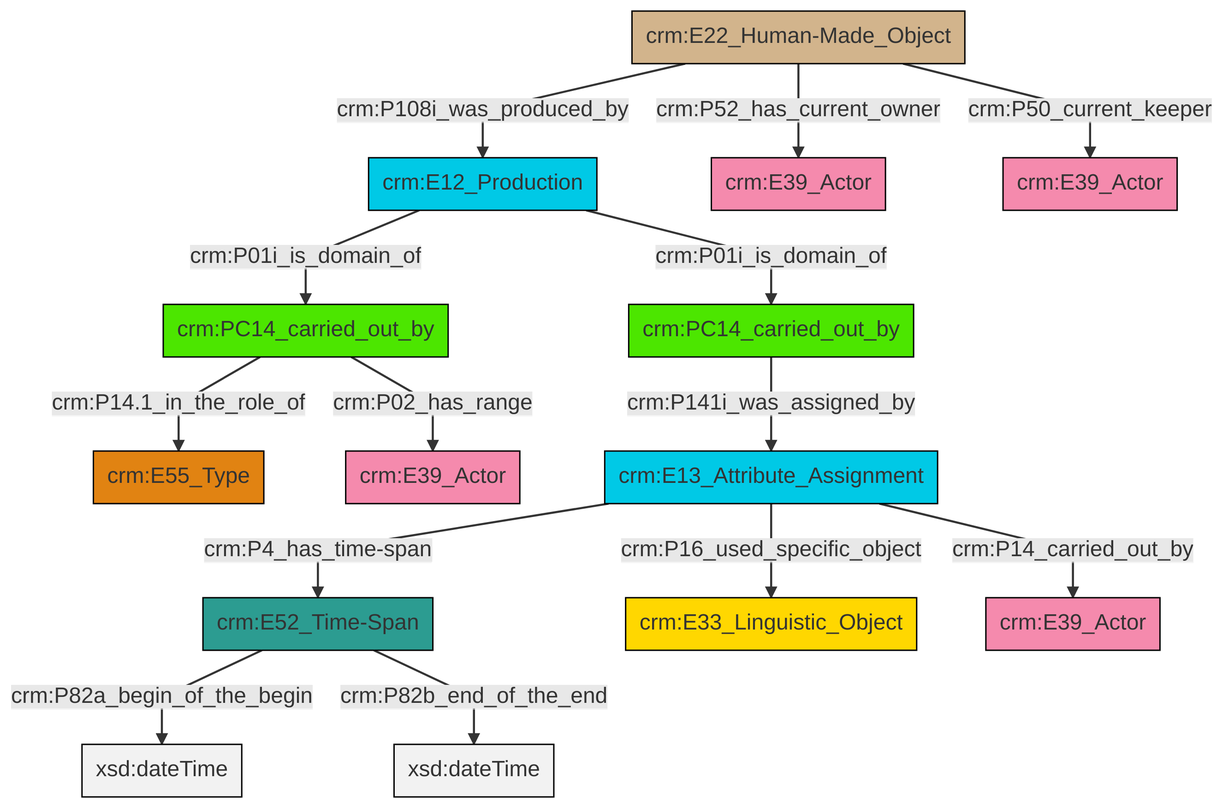
Before: et/carrierCSV/ttl/mmd/png/carrier_relations.png, a diagram exported from Mermaid (swiss-art-research-net/docs.swissartresearch). Its source is kept beside it as et/carrierCSV/ttl/mmd/carrier_relations.ttl.mmd.
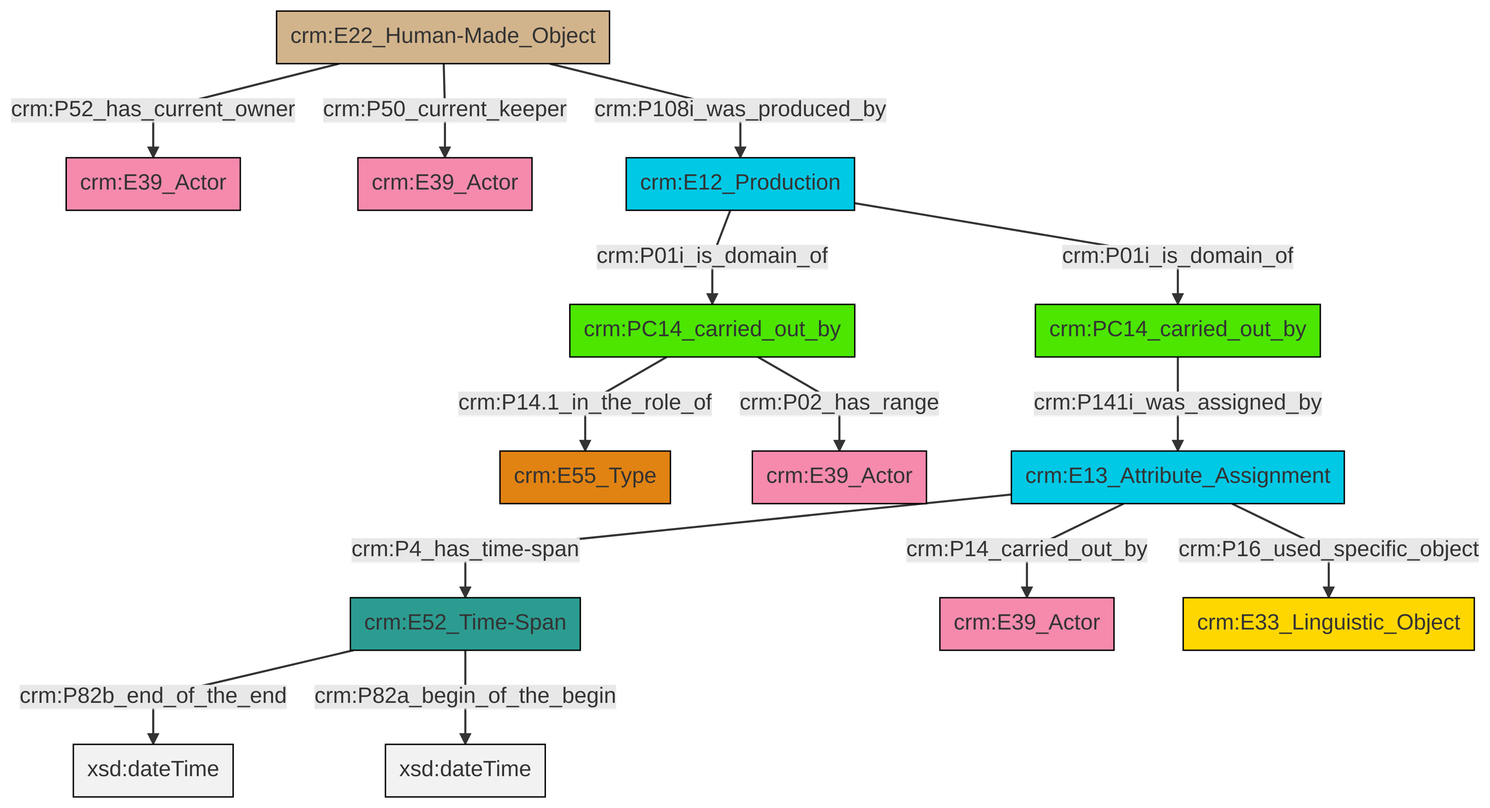
The same file after the commit.

Change to the diagram source:
```diff
@@ -13,16 +13,16 @@
 classDef PC_Classes fill:#4ce600, stroke:#000000;
 classDef Multi fill:#cccccc,stroke:#000000;
 
-2["crm:PC14_carried_out_by"]:::PC_Classes -->|crm:P14.1_in_the_role_of| 3["crm:E55_Type"]:::Type
-4["crm:E13_Attribute_Assignment"]:::Temporal_Entity -->|crm:P4_has_time-span| 5["crm:E52_Time-Span"]:::Time-Span
-5["crm:E52_Time-Span"]:::Time-Span -->|crm:P82a_begin_of_the_begin| 10[xsd:dateTime]:::Literal
-11["crm:E12_Production"]:::Temporal_Entity -->|crm:P01i_is_domain_of| 2["crm:PC14_carried_out_by"]:::PC_Classes
-5["crm:E52_Time-Span"]:::Time-Span -->|crm:P82b_end_of_the_end| 14[xsd:dateTime]:::Literal
-15["crm:PC14_carried_out_by"]:::PC_Classes -->|crm:P141i_was_assigned_by| 4["crm:E13_Attribute_Assignment"]:::Temporal_Entity
-4["crm:E13_Attribute_Assignment"]:::Temporal_Entity -->|crm:P16_used_specific_object| 22["crm:E33_Linguistic_Object"]:::Conceptual_Object
-8["crm:E22_Human-Made_Object"]:::Physical_Thing -->|crm:P108i_was_produced_by| 11["crm:E12_Production"]:::Temporal_Entity
-8["crm:E22_Human-Made_Object"]:::Physical_Thing -->|crm:P52_has_current_owner| 0["crm:E39_Actor"]:::Actor
-4["crm:E13_Attribute_Assignment"]:::Temporal_Entity -->|crm:P14_carried_out_by| 6["crm:E39_Actor"]:::Actor
-8["crm:E22_Human-Made_Object"]:::Physical_Thing -->|crm:P50_current_keeper| 18["crm:E39_Actor"]:::Actor
-11["crm:E12_Production"]:::Temporal_Entity -->|crm:P01i_is_domain_of| 15["crm:PC14_carried_out_by"]:::PC_Classes
-2["crm:PC14_carried_out_by"]:::PC_Classes -->|crm:P02_has_range| 12["crm:E39_Actor"]:::Actor
+0["crm:E22_Human-Made_Object"]:::Physical_Thing -->|crm:P52_has_current_owner| 1["crm:E39_Actor"]:::Actor
+12["crm:E13_Attribute_Assignment"]:::Temporal_Entity -->|crm:P4_has_time-span| 13["crm:E52_Time-Span"]:::Time-Span
+9["crm:PC14_carried_out_by"]:::PC_Classes -->|crm:P14.1_in_the_role_of| 3["crm:E55_Type"]:::Type
+0["crm:E22_Human-Made_Object"]:::Physical_Thing -->|crm:P50_current_keeper| 14["crm:E39_Actor"]:::Actor
+9["crm:PC14_carried_out_by"]:::PC_Classes -->|crm:P02_has_range| 15["crm:E39_Actor"]:::Actor
+16["crm:E12_Production"]:::Temporal_Entity -->|crm:P01i_is_domain_of| 9["crm:PC14_carried_out_by"]:::PC_Classes
+13["crm:E52_Time-Span"]:::Time-Span -->|crm:P82b_end_of_the_end| 19[xsd:dateTime]:::Literal
+16["crm:E12_Production"]:::Temporal_Entity -->|crm:P01i_is_domain_of| 5["crm:PC14_carried_out_by"]:::PC_Classes
+12["crm:E13_Attribute_Assignment"]:::Temporal_Entity -->|crm:P14_carried_out_by| 7["crm:E39_Actor"]:::Actor
+12["crm:E13_Attribute_Assignment"]:::Temporal_Entity -->|crm:P16_used_specific_object| 22["crm:E33_Linguistic_Object"]:::Conceptual_Object
+5["crm:PC14_carried_out_by"]:::PC_Classes -->|crm:P141i_was_assigned_by| 12["crm:E13_Attribute_Assignment"]:::Temporal_Entity
+0["crm:E22_Human-Made_Object"]:::Physical_Thing -->|crm:P108i_was_produced_by| 16["crm:E12_Production"]:::Temporal_Entity
+13["crm:E52_Time-Span"]:::Time-Span -->|crm:P82a_begin_of_the_begin| 25[xsd:dateTime]:::Literal
```
